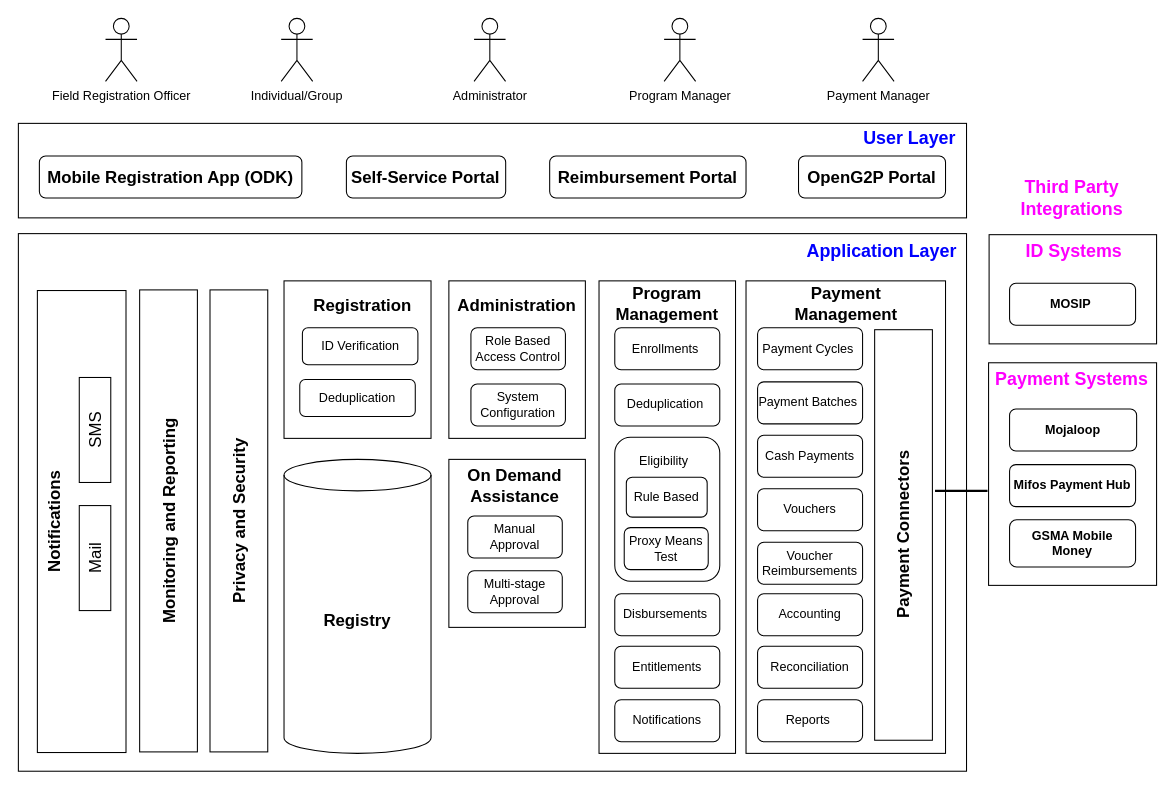
Earlier version of the draw.io diagram .gitbook/assets/functional-architecture.drawio (OpenG2P/openg2p-documentation). Source tidied: cells renumbered, new cells numbered last; positions are measured from the earlier drawing's top-left corner, leaving out a move shared by most shapes. Both pictures are drawn from the tidied source at 105%, with x=0, y=0 at pixel (-150, 18).
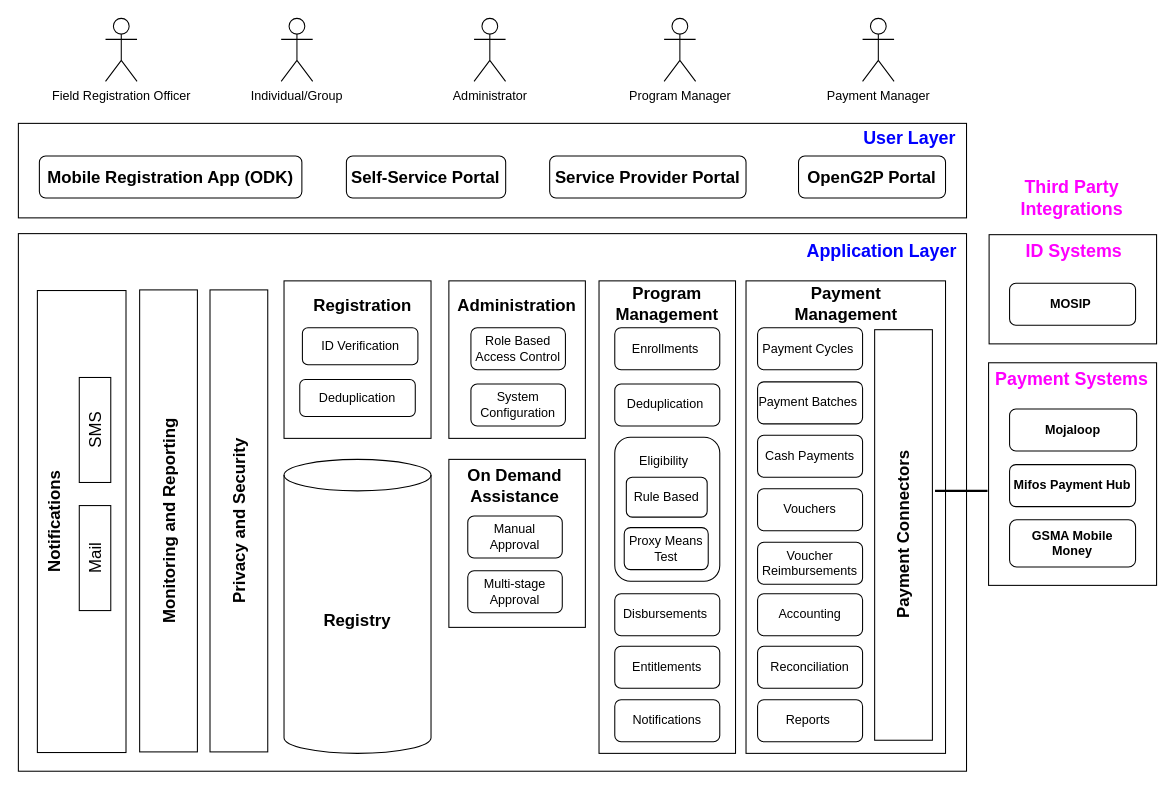
The same page after the edit.

The edit, as a diff of the source:
```diff
@@
-    <mxCell id="58" value="&lt;span style=&quot;font-size: 16px;&quot;&gt;&lt;b&gt;Reimbursement Portal&lt;/b&gt;&lt;/span&gt;" style="rounded=1;whiteSpace=wrap;html=1;" parent="1" vertex="1">
+    <mxCell id="58" value="&lt;span style=&quot;font-size: 16px;&quot;&gt;&lt;b&gt;Service Provider Portal&lt;/b&gt;&lt;/span&gt;" style="rounded=1;whiteSpace=wrap;html=1;" parent="1" vertex="1">
       <mxGeometry x="666" y="131" width="187" height="40" as="geometry" />
     </mxCell>
```
